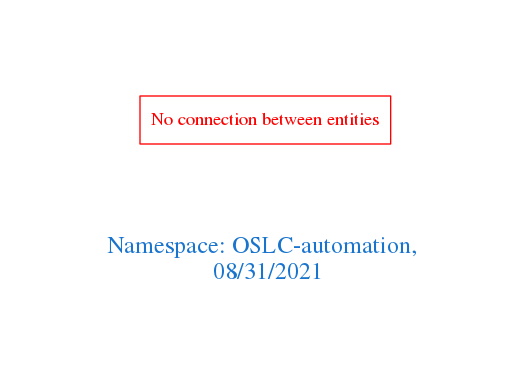
This is downloads/OSLC-automation.png from arago/OGIT, a Graphviz export, as it was before one commit. Its source is kept beside it as downloads/OSLC-automation.dot. Source of this version:
```dot
digraph OGIT_ontology {
 graph [ rankdir= LR,pad=1
fontsize = 18,
fontcolor= dodgerblue3,label = "\n\n\nNamespace: OSLC-automation, \n 08/31/2021"];
node[shape=polygon];
edge [  color="gray81"];

"No connection between entities" [fontcolor = "red",color="red", shape="polygon"]
}
```
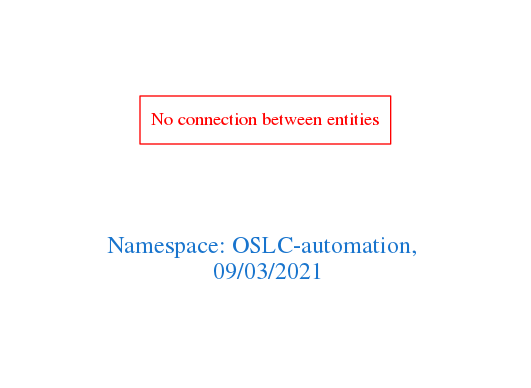
The same file after the commit.

Change to the diagram source:
```diff
@@ -1,7 +1,7 @@
 digraph OGIT_ontology {
  graph [ rankdir= LR,pad=1
 fontsize = 18,
-fontcolor= dodgerblue3,label = "\n\n\nNamespace: OSLC-automation, \n 08/31/2021"];
+fontcolor= dodgerblue3,label = "\n\n\nNamespace: OSLC-automation, \n 09/03/2021"];
 node[shape=polygon];
 edge [  color="gray81"];
 
```
